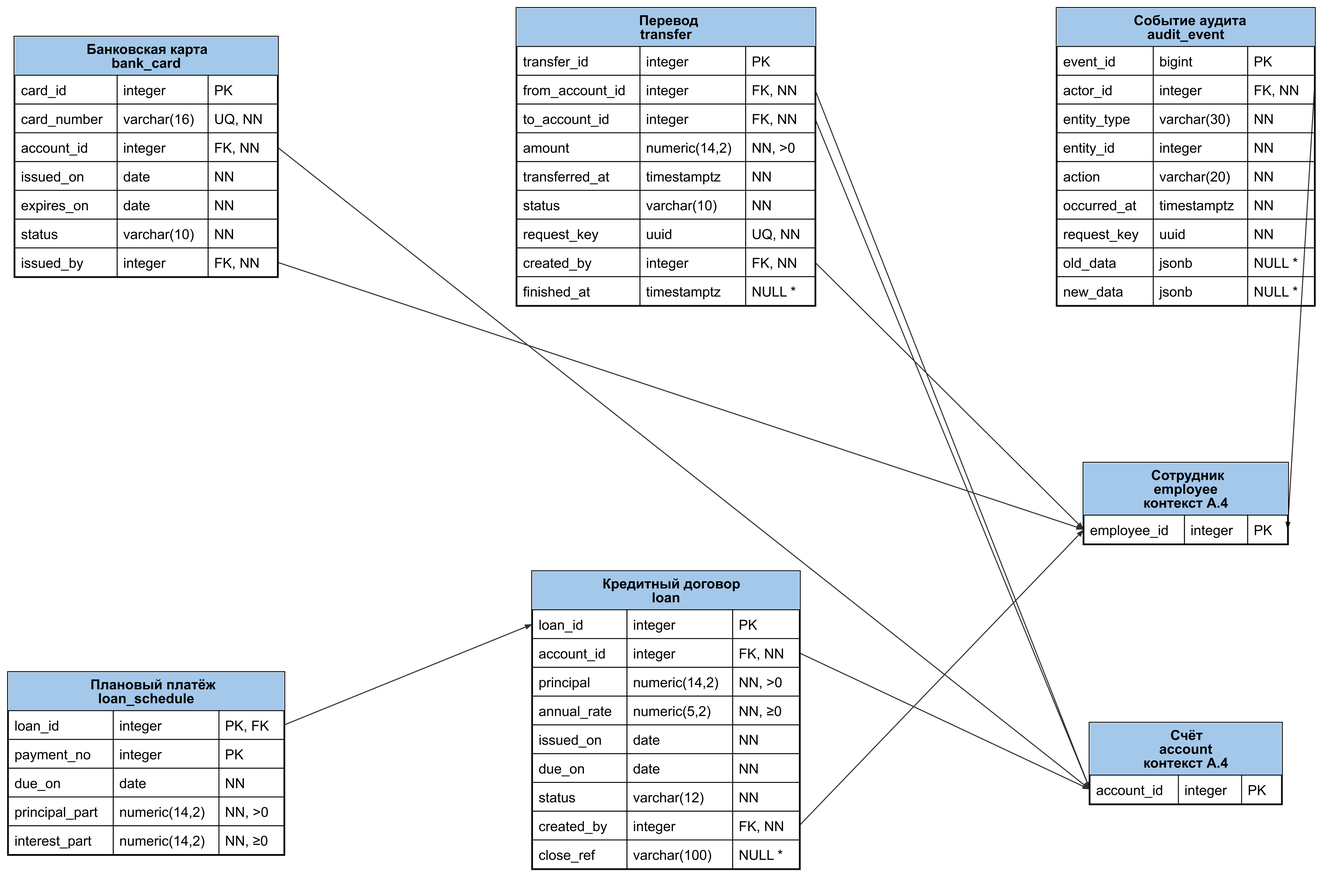
This is figures/A5_logical_products.png from qwertyvich/IT-project, a Graphviz export, as it was before one commit. Its source is kept beside it as figures/A5_logical_products.dot.
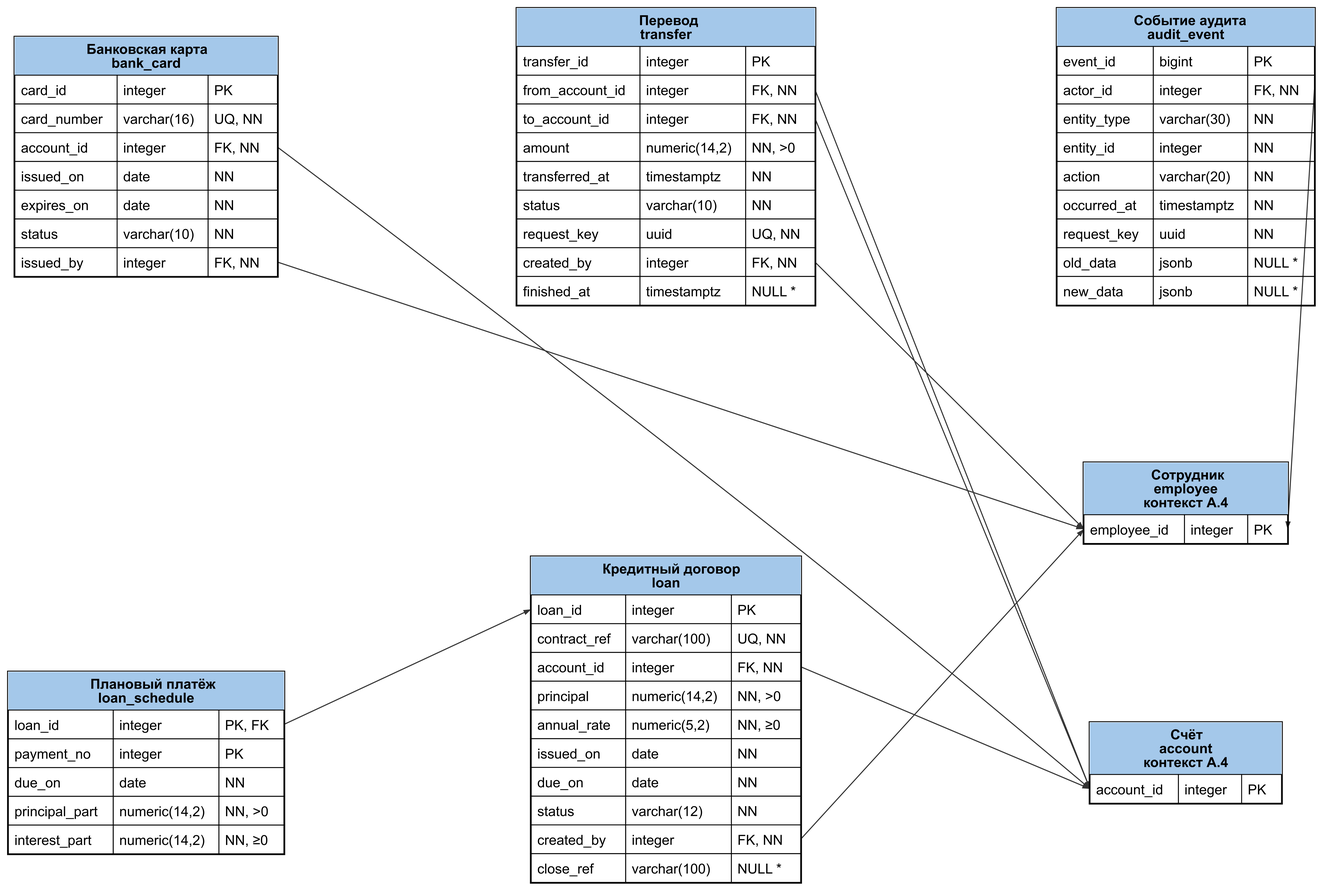
The same file after the commit.

The edit, as a diff of the source:
```diff
@@ -11,7 +11,7 @@
 bank_card [pos="3.4722222222222223,12.5!",pin=true];
 transfer [shape=plain,label=<<TABLE BORDER="1" CELLBORDER="0" CELLSPACING="0" CELLPADDING="6"><TR><TD BGCOLOR="#A4C8EA"><B>Перевод<BR/>transfer</B></TD></TR><TR><TD PORT="transfer_id" CELLPADDING="0"><TABLE BORDER="0" CELLBORDER="1" CELLSPACING="0" CELLPADDING="6"><TR><TD WIDTH="142" ALIGN="LEFT">transfer_id</TD><TD WIDTH="122" ALIGN="LEFT">integer</TD><TD WIDTH="80" ALIGN="LEFT">PK</TD></TR></TABLE></TD></TR><TR><TD PORT="from_account_id" CELLPADDING="0"><TABLE BORDER="0" CELLBORDER="1" CELLSPACING="0" CELLPADDING="6"><TR><TD WIDTH="142" ALIGN="LEFT">from_account_id</TD><TD WIDTH="122" ALIGN="LEFT">integer</TD><TD WIDTH="80" ALIGN="LEFT">FK, NN</TD></TR></TABLE></TD></TR><TR><TD PORT="to_account_id" CELLPADDING="0"><TABLE BORDER="0" CELLBORDER="1" CELLSPACING="0" CELLPADDING="6"><TR><TD WIDTH="142" ALIGN="LEFT">to_account_id</TD><TD WIDTH="122" ALIGN="LEFT">integer</TD><TD WIDTH="80" ALIGN="LEFT">FK, NN</TD></TR></TABLE></TD></TR><TR><TD PORT="amount" CELLPADDING="0"><TABLE BORDER="0" CELLBORDER="1" CELLSPACING="0" CELLPADDING="6"><TR><TD WIDTH="142" ALIGN="LEFT">amount</TD><TD WIDTH="122" ALIGN="LEFT">numeric(14,2)</TD><TD WIDTH="80" ALIGN="LEFT">NN, &gt;0</TD></TR></TABLE></TD></TR><TR><TD PORT="transferred_at" CELLPADDING="0"><TABLE BORDER="0" CELLBORDER="1" CELLSPACING="0" CELLPADDING="6"><TR><TD WIDTH="142" ALIGN="LEFT">transferred_at</TD><TD WIDTH="122" ALIGN="LEFT">timestamptz</TD><TD WIDTH="80" ALIGN="LEFT">NN</TD></TR></TABLE></TD></TR><TR><TD PORT="status" CELLPADDING="0"><TABLE BORDER="0" CELLBORDER="1" CELLSPACING="0" CELLPADDING="6"><TR><TD WIDTH="142" ALIGN="LEFT">status</TD><TD WIDTH="122" ALIGN="LEFT">varchar(10)</TD><TD WIDTH="80" ALIGN="LEFT">NN</TD></TR></TABLE></TD></TR><TR><TD PORT="request_key" CELLPADDING="0"><TABLE BORDER="0" CELLBORDER="1" CELLSPACING="0" CELLPADDING="6"><TR><TD WIDTH="142" ALIGN="LEFT">request_key</TD><TD WIDTH="122" ALIGN="LEFT">uuid</TD><TD WIDTH="80" ALIGN="LEFT">UQ, NN</TD></TR></TABLE></TD></TR><TR><TD PORT="created_by" CELLPADDING="0"><TABLE BORDER="0" CELLBORDER="1" CELLSPACING="0" CELLPADDING="6"><TR><TD WIDTH="142" ALIGN="LEFT">created_by</TD><TD WIDTH="122" ALIGN="LEFT">integer</TD><TD WIDTH="80" ALIGN="LEFT">FK, NN</TD></TR></TABLE></TD></TR><TR><TD PORT="finished_at" CELLPADDING="0"><TABLE BORDER="0" CELLBORDER="1" CELLSPACING="0" CELLPADDING="6"><TR><TD WIDTH="142" ALIGN="LEFT">finished_at</TD><TD WIDTH="122" ALIGN="LEFT">timestamptz</TD><TD WIDTH="80" ALIGN="LEFT">NULL *</TD></TR></TABLE></TD></TR></TABLE>>];
 transfer [pos="11.805555555555555,12.5!",pin=true];
-loan [shape=plain,label=<<TABLE BORDER="1" CELLBORDER="0" CELLSPACING="0" CELLPADDING="6"><TR><TD BGCOLOR="#A4C8EA"><B>Кредитный договор<BR/>loan</B></TD></TR><TR><TD PORT="loan_id" CELLPADDING="0"><TABLE BORDER="0" CELLBORDER="1" CELLSPACING="0" CELLPADDING="6"><TR><TD WIDTH="109" ALIGN="LEFT">loan_id</TD><TD WIDTH="122" ALIGN="LEFT">integer</TD><TD WIDTH="77" ALIGN="LEFT">PK</TD></TR></TABLE></TD></TR><TR><TD PORT="account_id" CELLPADDING="0"><TABLE BORDER="0" CELLBORDER="1" CELLSPACING="0" CELLPADDING="6"><TR><TD WIDTH="109" ALIGN="LEFT">account_id</TD><TD WIDTH="122" ALIGN="LEFT">integer</TD><TD WIDTH="77" ALIGN="LEFT">FK, NN</TD></TR></TABLE></TD></TR><TR><TD PORT="principal" CELLPADDING="0"><TABLE BORDER="0" CELLBORDER="1" CELLSPACING="0" CELLPADDING="6"><TR><TD WIDTH="109" ALIGN="LEFT">principal</TD><TD WIDTH="122" ALIGN="LEFT">numeric(14,2)</TD><TD WIDTH="77" ALIGN="LEFT">NN, &gt;0</TD></TR></TABLE></TD></TR><TR><TD PORT="annual_rate" CELLPADDING="0"><TABLE BORDER="0" CELLBORDER="1" CELLSPACING="0" CELLPADDING="6"><TR><TD WIDTH="109" ALIGN="LEFT">annual_rate</TD><TD WIDTH="122" ALIGN="LEFT">numeric(5,2)</TD><TD WIDTH="77" ALIGN="LEFT">NN, ≥0</TD></TR></TABLE></TD></TR><TR><TD PORT="issued_on" CELLPADDING="0"><TABLE BORDER="0" CELLBORDER="1" CELLSPACING="0" CELLPADDING="6"><TR><TD WIDTH="109" ALIGN="LEFT">issued_on</TD><TD WIDTH="122" ALIGN="LEFT">date</TD><TD WIDTH="77" ALIGN="LEFT">NN</TD></TR></TABLE></TD></TR><TR><TD PORT="due_on" CELLPADDING="0"><TABLE BORDER="0" CELLBORDER="1" CELLSPACING="0" CELLPADDING="6"><TR><TD WIDTH="109" ALIGN="LEFT">due_on</TD><TD WIDTH="122" ALIGN="LEFT">date</TD><TD WIDTH="77" ALIGN="LEFT">NN</TD></TR></TABLE></TD></TR><TR><TD PORT="status" CELLPADDING="0"><TABLE BORDER="0" CELLBORDER="1" CELLSPACING="0" CELLPADDING="6"><TR><TD WIDTH="109" ALIGN="LEFT">status</TD><TD WIDTH="122" ALIGN="LEFT">varchar(12)</TD><TD WIDTH="77" ALIGN="LEFT">NN</TD></TR></TABLE></TD></TR><TR><TD PORT="created_by" CELLPADDING="0"><TABLE BORDER="0" CELLBORDER="1" CELLSPACING="0" CELLPADDING="6"><TR><TD WIDTH="109" ALIGN="LEFT">created_by</TD><TD WIDTH="122" ALIGN="LEFT">integer</TD><TD WIDTH="77" ALIGN="LEFT">FK, NN</TD></TR></TABLE></TD></TR><TR><TD PORT="close_ref" CELLPADDING="0"><TABLE BORDER="0" CELLBORDER="1" CELLSPACING="0" CELLPADDING="6"><TR><TD WIDTH="109" ALIGN="LEFT">close_ref</TD><TD WIDTH="122" ALIGN="LEFT">varchar(100)</TD><TD WIDTH="77" ALIGN="LEFT">NULL *</TD></TR></TABLE></TD></TR></TABLE>>];
+loan [shape=plain,label=<<TABLE BORDER="1" CELLBORDER="0" CELLSPACING="0" CELLPADDING="6"><TR><TD BGCOLOR="#A4C8EA"><B>Кредитный договор<BR/>loan</B></TD></TR><TR><TD PORT="loan_id" CELLPADDING="0"><TABLE BORDER="0" CELLBORDER="1" CELLSPACING="0" CELLPADDING="6"><TR><TD WIDTH="109" ALIGN="LEFT">loan_id</TD><TD WIDTH="122" ALIGN="LEFT">integer</TD><TD WIDTH="80" ALIGN="LEFT">PK</TD></TR></TABLE></TD></TR><TR><TD PORT="contract_ref" CELLPADDING="0"><TABLE BORDER="0" CELLBORDER="1" CELLSPACING="0" CELLPADDING="6"><TR><TD WIDTH="109" ALIGN="LEFT">contract_ref</TD><TD WIDTH="122" ALIGN="LEFT">varchar(100)</TD><TD WIDTH="80" ALIGN="LEFT">UQ, NN</TD></TR></TABLE></TD></TR><TR><TD PORT="account_id" CELLPADDING="0"><TABLE BORDER="0" CELLBORDER="1" CELLSPACING="0" CELLPADDING="6"><TR><TD WIDTH="109" ALIGN="LEFT">account_id</TD><TD WIDTH="122" ALIGN="LEFT">integer</TD><TD WIDTH="80" ALIGN="LEFT">FK, NN</TD></TR></TABLE></TD></TR><TR><TD PORT="principal" CELLPADDING="0"><TABLE BORDER="0" CELLBORDER="1" CELLSPACING="0" CELLPADDING="6"><TR><TD WIDTH="109" ALIGN="LEFT">principal</TD><TD WIDTH="122" ALIGN="LEFT">numeric(14,2)</TD><TD WIDTH="80" ALIGN="LEFT">NN, &gt;0</TD></TR></TABLE></TD></TR><TR><TD PORT="annual_rate" CELLPADDING="0"><TABLE BORDER="0" CELLBORDER="1" CELLSPACING="0" CELLPADDING="6"><TR><TD WIDTH="109" ALIGN="LEFT">annual_rate</TD><TD WIDTH="122" ALIGN="LEFT">numeric(5,2)</TD><TD WIDTH="80" ALIGN="LEFT">NN, ≥0</TD></TR></TABLE></TD></TR><TR><TD PORT="issued_on" CELLPADDING="0"><TABLE BORDER="0" CELLBORDER="1" CELLSPACING="0" CELLPADDING="6"><TR><TD WIDTH="109" ALIGN="LEFT">issued_on</TD><TD WIDTH="122" ALIGN="LEFT">date</TD><TD WIDTH="80" ALIGN="LEFT">NN</TD></TR></TABLE></TD></TR><TR><TD PORT="due_on" CELLPADDING="0"><TABLE BORDER="0" CELLBORDER="1" CELLSPACING="0" CELLPADDING="6"><TR><TD WIDTH="109" ALIGN="LEFT">due_on</TD><TD WIDTH="122" ALIGN="LEFT">date</TD><TD WIDTH="80" ALIGN="LEFT">NN</TD></TR></TABLE></TD></TR><TR><TD PORT="status" CELLPADDING="0"><TABLE BORDER="0" CELLBORDER="1" CELLSPACING="0" CELLPADDING="6"><TR><TD WIDTH="109" ALIGN="LEFT">status</TD><TD WIDTH="122" ALIGN="LEFT">varchar(12)</TD><TD WIDTH="80" ALIGN="LEFT">NN</TD></TR></TABLE></TD></TR><TR><TD PORT="created_by" CELLPADDING="0"><TABLE BORDER="0" CELLBORDER="1" CELLSPACING="0" CELLPADDING="6"><TR><TD WIDTH="109" ALIGN="LEFT">created_by</TD><TD WIDTH="122" ALIGN="LEFT">integer</TD><TD WIDTH="80" ALIGN="LEFT">FK, NN</TD></TR></TABLE></TD></TR><TR><TD PORT="close_ref" CELLPADDING="0"><TABLE BORDER="0" CELLBORDER="1" CELLSPACING="0" CELLPADDING="6"><TR><TD WIDTH="109" ALIGN="LEFT">close_ref</TD><TD WIDTH="122" ALIGN="LEFT">varchar(100)</TD><TD WIDTH="80" ALIGN="LEFT">NULL *</TD></TR></TABLE></TD></TR></TABLE>>];
 loan [pos="11.805555555555555,3.4722222222222223!",pin=true];
 loan_schedule [shape=plain,label=<<TABLE BORDER="1" CELLBORDER="0" CELLSPACING="0" CELLPADDING="6"><TR><TD BGCOLOR="#A4C8EA"><B>Плановый платёж<BR/>loan_schedule</B></TD></TR><TR><TD PORT="loan_id" CELLPADDING="0"><TABLE BORDER="0" CELLBORDER="1" CELLSPACING="0" CELLPADDING="6"><TR><TD WIDTH="121" ALIGN="LEFT">loan_id</TD><TD WIDTH="122" ALIGN="LEFT">integer</TD><TD WIDTH="75" ALIGN="LEFT">PK, FK</TD></TR></TABLE></TD></TR><TR><TD PORT="payment_no" CELLPADDING="0"><TABLE BORDER="0" CELLBORDER="1" CELLSPACING="0" CELLPADDING="6"><TR><TD WIDTH="121" ALIGN="LEFT">payment_no</TD><TD WIDTH="122" ALIGN="LEFT">integer</TD><TD WIDTH="75" ALIGN="LEFT">PK</TD></TR></TABLE></TD></TR><TR><TD PORT="due_on" CELLPADDING="0"><TABLE BORDER="0" CELLBORDER="1" CELLSPACING="0" CELLPADDING="6"><TR><TD WIDTH="121" ALIGN="LEFT">due_on</TD><TD WIDTH="122" ALIGN="LEFT">date</TD><TD WIDTH="75" ALIGN="LEFT">NN</TD></TR></TABLE></TD></TR><TR><TD PORT="principal_part" CELLPADDING="0"><TABLE BORDER="0" CELLBORDER="1" CELLSPACING="0" CELLPADDING="6"><TR><TD WIDTH="121" ALIGN="LEFT">principal_part</TD><TD WIDTH="122" ALIGN="LEFT">numeric(14,2)</TD><TD WIDTH="75" ALIGN="LEFT">NN, &gt;0</TD></TR></TABLE></TD></TR><TR><TD PORT="interest_part" CELLPADDING="0"><TABLE BORDER="0" CELLBORDER="1" CELLSPACING="0" CELLPADDING="6"><TR><TD WIDTH="121" ALIGN="LEFT">interest_part</TD><TD WIDTH="122" ALIGN="LEFT">numeric(14,2)</TD><TD WIDTH="75" ALIGN="LEFT">NN, ≥0</TD></TR></TABLE></TD></TR></TABLE>>];
 loan_schedule [pos="3.4722222222222223,2.7777777777777777!",pin=true];
```
